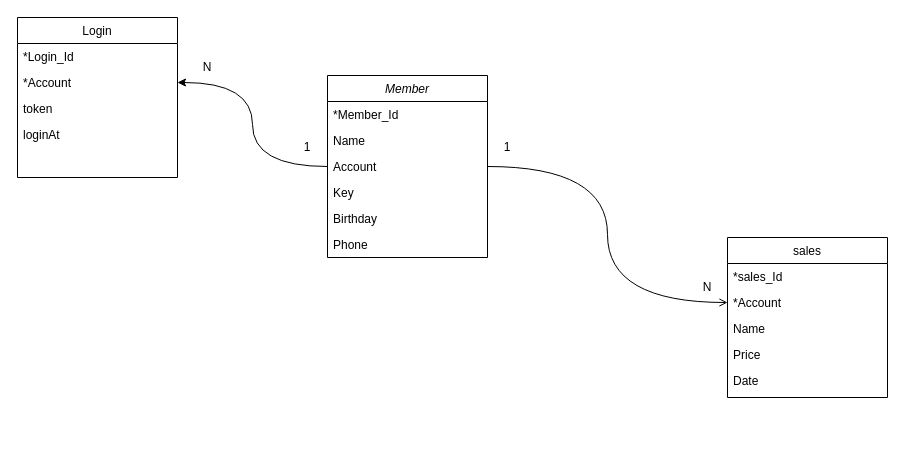
The draw.io diagram 資料庫關聯圖.drawio in kuso19970916/Penny, before the edit. Source tidied: cells renumbered, new cells numbered last; positions are measured from the earlier drawing's top-left corner, leaving out a move shared by most shapes. Both pictures are drawn from the tidied source at 100%, with x=0, y=0 at pixel (17, 17).
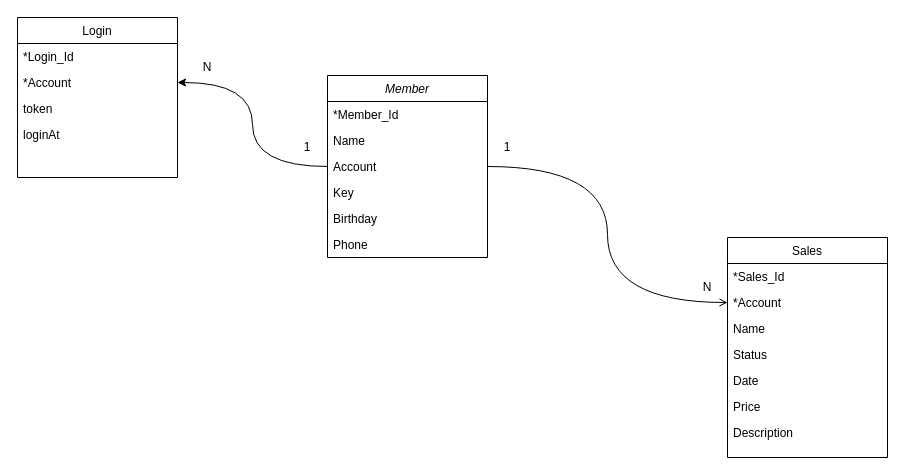
The same diagram, later.

What changed in the source:
```diff
@@
-    <mxCell id="9" value="sales" style="swimlane;fontStyle=0;align=center;verticalAlign=top;horizontal=1;startSize=26;rounded=0;shadow=0;strokeWidth=1;" parent="1" vertex="1">
-      <mxGeometry x="710" y="220" width="160" height="160" as="geometry" />
+    <mxCell id="9" value="Sales" style="swimlane;fontStyle=0;align=center;verticalAlign=top;horizontal=1;startSize=26;rounded=0;shadow=0;strokeWidth=1;" parent="1" vertex="1">
+      <mxGeometry x="710" y="220" width="160" height="220" as="geometry" />
     </mxCell>
-    <mxCell id="10" value="*sales_Id" style="text;align=left;verticalAlign=top;spacingLeft=4;spacingRight=4;overflow=hidden;rounded=0;shadow=0;html=0;" parent="9" vertex="1">
+    <mxCell id="10" value="*Sales_Id" style="text;align=left;verticalAlign=top;spacingLeft=4;spacingRight=4;overflow=hidden;rounded=0;shadow=0;html=0;" parent="9" vertex="1">
       <mxGeometry y="26" width="160" height="26" as="geometry" />
     </mxCell>
@@
+    <mxCell id="26" value="Status" style="text;align=left;verticalAlign=top;spacingLeft=4;spacingRight=4;overflow=hidden;rounded=0;shadow=0;html=0;" parent="9" vertex="1">
+      <mxGeometry y="104" width="160" height="26" as="geometry" />
+    </mxCell>
+    <mxCell id="14" value="Date" style="text;align=left;verticalAlign=top;spacingLeft=4;spacingRight=4;overflow=hidden;rounded=0;shadow=0;html=0;" parent="9" vertex="1">
+      <mxGeometry y="130" width="160" height="26" as="geometry" />
+    </mxCell>
     <mxCell id="13" value="Price" style="text;align=left;verticalAlign=top;spacingLeft=4;spacingRight=4;overflow=hidden;rounded=0;shadow=0;html=0;" parent="9" vertex="1">
-      <mxGeometry y="104" width="160" height="26" as="geometry" />
+      <mxGeometry y="156" width="160" height="26" as="geometry" />
     </mxCell>
-    <mxCell id="14" value="Date" style="text;align=left;verticalAlign=top;spacingLeft=4;spacingRight=4;overflow=hidden;rounded=0;shadow=0;html=0;" parent="9" vertex="1">
-      <mxGeometry y="130" width="160" height="26" as="geometry" />
-    </mxCell>
+    <mxCell id="27" value="Description" style="text;align=left;verticalAlign=top;spacingLeft=4;spacingRight=4;overflow=hidden;rounded=0;shadow=0;html=0;" parent="9" vertex="1">
+      <mxGeometry y="182" width="160" height="26" as="geometry" />
+    </mxCell>
```
